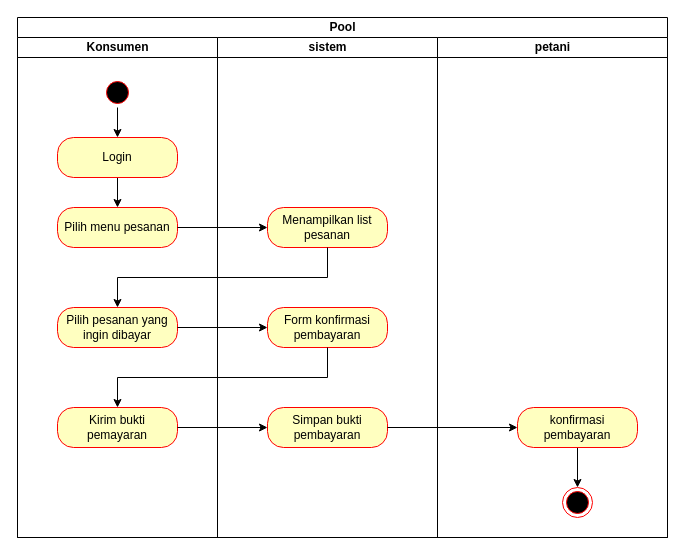
Above: Activitydiagram pembayaran.drawio in zzarr/Project3-design-diagram (draw.io), before the change. Source tidied: cells renumbered, new cells numbered last; positions are measured from the earlier drawing's top-left corner, leaving out a move shared by most shapes. Both pictures are drawn from the tidied source at 100%, with x=0, y=0 at pixel (17, 17).
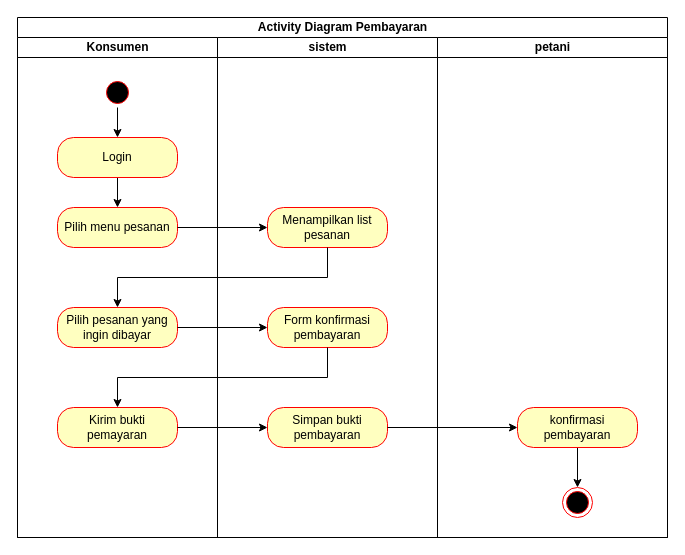
The same page after the edit.

What changed in the source:
```diff
@@
-    <mxCell id="2" value="Pool" style="swimlane;startSize=20;html=1;" parent="1" vertex="1">
+    <mxCell id="2" value="Activity Diagram Pembayaran" style="swimlane;startSize=20;html=1;" parent="1" vertex="1">
       <mxGeometry width="650" height="520" as="geometry" />
     </mxCell>
```
